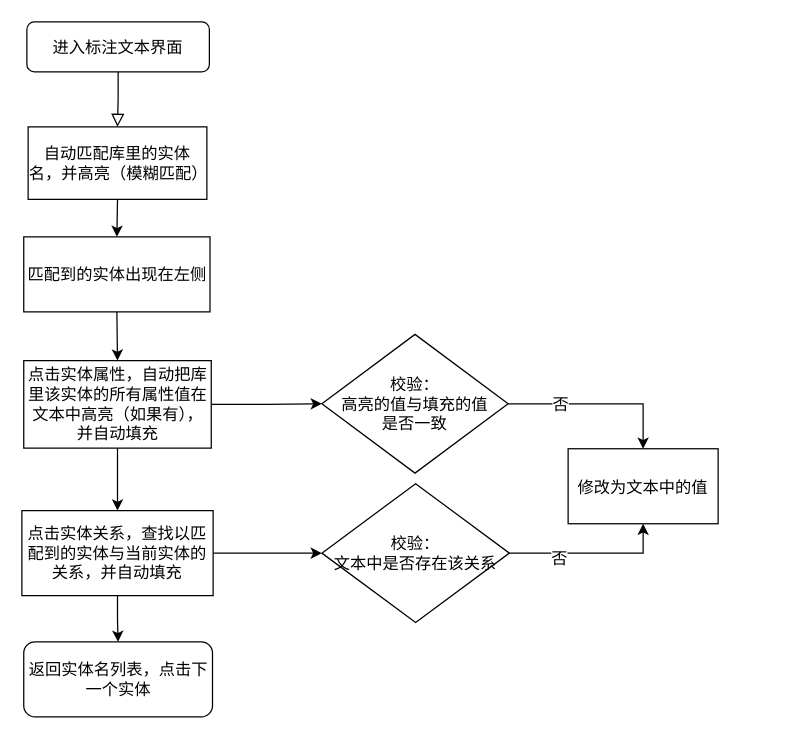
This is 标注系统自动抽取.drawio from nanimore/drawio, a draw.io file, before an edit. Source tidied: cells renumbered, new cells numbered last; positions are measured from the earlier drawing's top-left corner, leaving out a move shared by most shapes. Both pictures are drawn from the tidied source at 125%, with x=0, y=0 at pixel (21, 21).
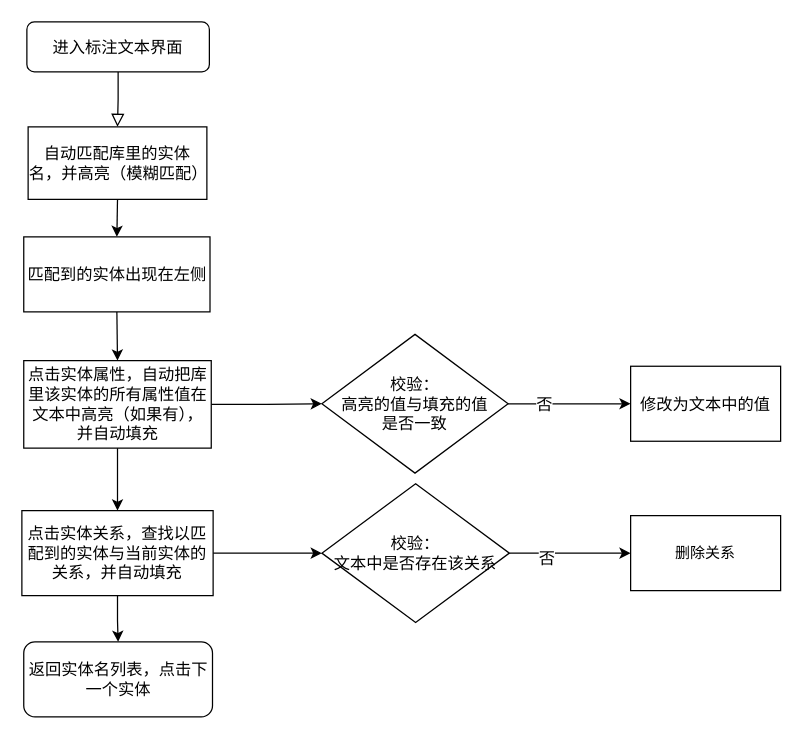
After the change.

Commit message (it also covers changes not shown here):
更新标注系统自动抽取.drawio

The change refers to these unchanged cells:
```xml
<mxCell id="16" value="校验：&lt;br style=&quot;font-size: 13px;&quot;&gt;高亮的值与填充的值&lt;br style=&quot;font-size: 13px;&quot;&gt;是否一致" style="rhombus;whiteSpace=wrap;html=1;fontSize=13;" parent="1" vertex="1">
  <mxGeometry x="240" y="250" width="149" height="111" as="geometry" />
</mxCell>
<mxCell id="19" value="校验：&lt;br style=&quot;font-size: 13px;&quot;&gt;文本中是否存在该关系" style="rhombus;whiteSpace=wrap;html=1;fontSize=13;" parent="1" vertex="1">
  <mxGeometry x="240" y="369.5" width="150" height="111" as="geometry" />
</mxCell>
```

Change to the diagram source:
```diff
@@
-    <mxCell id="14" style="edgeStyle=orthogonalEdgeStyle;rounded=0;jettySize=auto;html=1;exitX=1;exitY=0.5;exitDx=0;exitDy=0;entryX=0.5;entryY=0;entryDx=0;entryDy=0;fontSize=13;" parent="1" edge="1" source="16" target="21">
+    <mxCell id="14" style="edgeStyle=orthogonalEdgeStyle;rounded=0;jettySize=auto;html=1;exitX=1;exitY=0.5;exitDx=0;exitDy=0;entryX=0;entryY=0.5;entryDx=0;entryDy=0;fontSize=13;" parent="1" edge="1" source="16" target="21">
       <mxGeometry relative="1" as="geometry" />
     </mxCell>
@@
-    <mxCell id="17" style="edgeStyle=orthogonalEdgeStyle;rounded=0;jettySize=auto;html=1;exitX=1;exitY=0.5;exitDx=0;exitDy=0;entryX=0.5;entryY=1;entryDx=0;entryDy=0;fontSize=13;" parent="1" edge="1" source="19" target="21">
+    <mxCell id="17" style="edgeStyle=orthogonalEdgeStyle;rounded=0;jettySize=auto;html=1;exitX=1;exitY=0.5;exitDx=0;exitDy=0;entryX=0;entryY=0.5;entryDx=0;entryDy=0;fontSize=13;" parent="1" edge="1" source="19" target="22">
       <mxGeometry relative="1" as="geometry" />
     </mxCell>
@@
     <mxCell id="21" value="修改为文本中的值" style="rounded=0;whiteSpace=wrap;html=1;fontSize=13;" parent="1" vertex="1">
-      <mxGeometry x="437" y="341.5" width="120" height="60" as="geometry" />
+      <mxGeometry x="487" y="275.5" width="120" height="60" as="geometry" />
     </mxCell>
+    <mxCell id="22" value="删除关系" style="rounded=0;whiteSpace=wrap;html=1;" parent="1" vertex="1">
+      <mxGeometry x="487" y="395" width="120" height="60" as="geometry" />
+    </mxCell>
```
